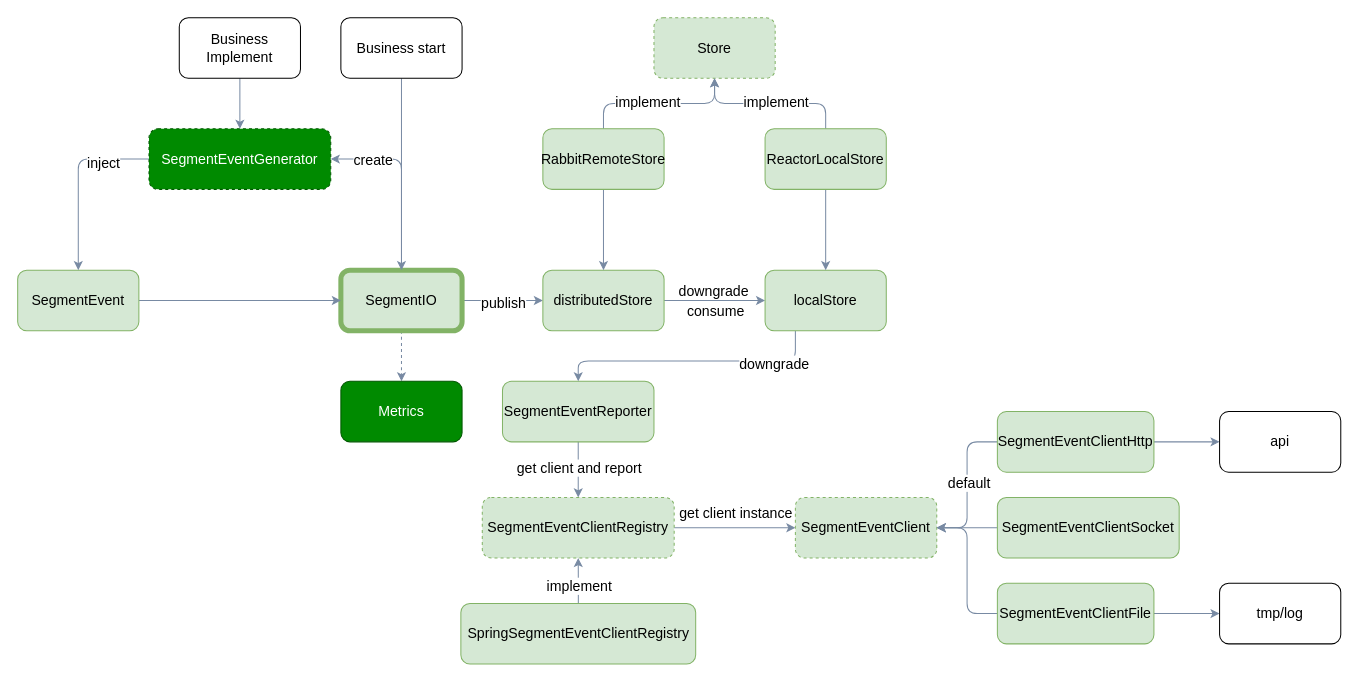
sheldon-pacvue/segmenet-event keeps this draw.io diagram as assets/SegmentEvent-V2.drawio. Above is the earlier version. Source tidied: cells renumbered, new cells numbered last; positions are measured from the earlier drawing's top-left corner, leaving out a move shared by most shapes. Both pictures are drawn from the tidied source at 101%, with x=0, y=0 at pixel (17, 17).
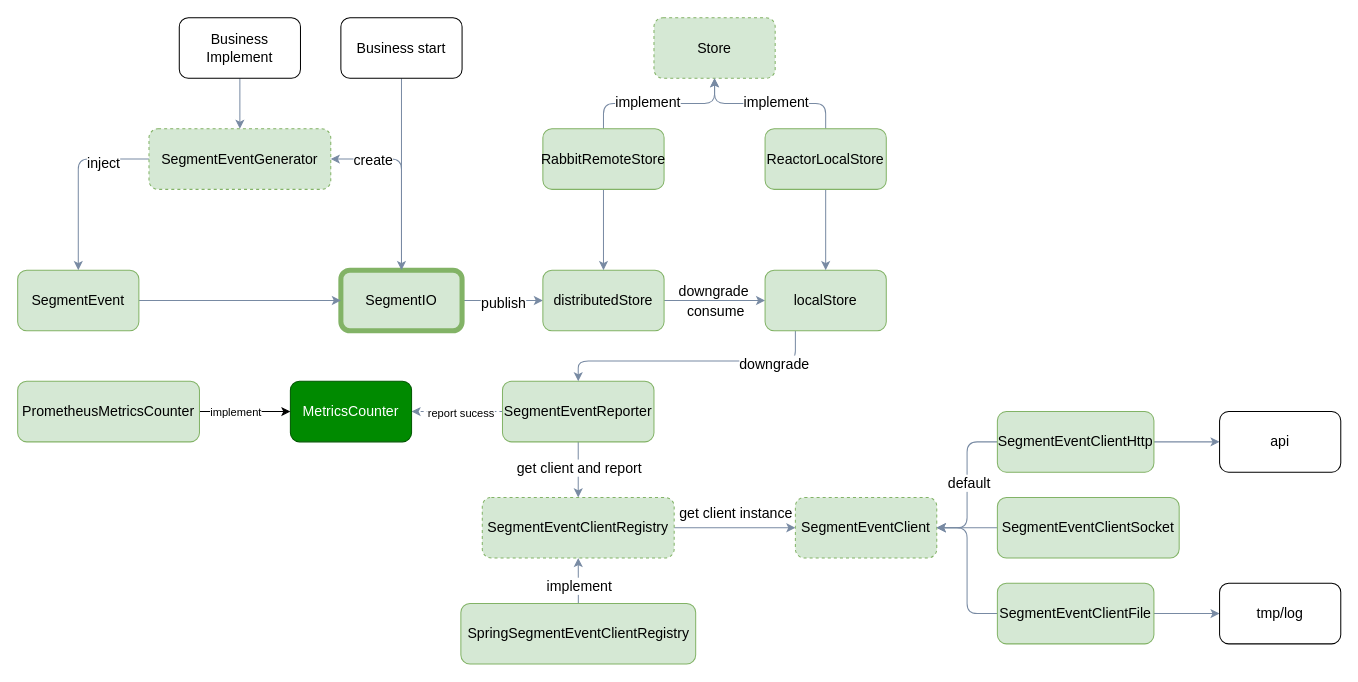
The same page after the edit.

Unchanged cells that the change refers to:
```xml
<mxCell id="7" value="SegmentIO" style="rounded=1;whiteSpace=wrap;html=1;labelBackgroundColor=none;strokeWidth=5;fillColor=#d5e8d4;strokeColor=#82b366;fontSize=14;" parent="1" vertex="1">
  <mxGeometry x="320" y="250" width="120" height="60" as="geometry" />
</mxCell>
<mxCell id="23" value="SegmentEventReporter" style="rounded=1;whiteSpace=wrap;html=1;strokeColor=#82b366;fillColor=#d5e8d4;labelBackgroundColor=none;fontSize=14;" parent="1" vertex="1">
  <mxGeometry x="480" y="360" width="150" height="60" as="geometry" />
</mxCell>
```

The edit, as a diff of the source:
```diff
@@
-    <mxCell id="6" style="edgeStyle=orthogonalEdgeStyle;rounded=1;jettySize=auto;html=1;strokeColor=#788AA3;fontColor=#000000;fillColor=#B2C9AB;dashed=1;labelBackgroundColor=none;fontSize=14;" parent="1" edge="1" source="7" target="39">
+    <mxCell id="6" style="edgeStyle=orthogonalEdgeStyle;rounded=1;jettySize=auto;html=1;strokeColor=#788AA3;fontColor=#000000;fillColor=#B2C9AB;dashed=1;labelBackgroundColor=none;fontSize=14;exitX=0;exitY=0.5;exitDx=0;exitDy=0;" parent="1" edge="1" source="23" target="39">
       <mxGeometry relative="1" as="geometry" />
     </mxCell>
+    <mxCell id="55" value="report sucess" style="edgeLabel;html=1;align=center;verticalAlign=middle;" parent="6" vertex="1">
+      <mxGeometry x="-0.06" y="1" relative="1" as="geometry" />
+    </mxCell>
@@
-    <mxCell id="12" value="SegmentEventGenerator" style="rounded=1;whiteSpace=wrap;html=1;strokeColor=#005700;fillColor=#008a00;dashed=1;labelBackgroundColor=none;fontSize=14;fontColor=#ffffff;" parent="1" vertex="1">
+    <mxCell id="12" value="SegmentEventGenerator" style="rounded=1;whiteSpace=wrap;html=1;strokeColor=#82b366;fillColor=#d5e8d4;dashed=1;labelBackgroundColor=none;fontSize=14;" parent="1" vertex="1">
       <mxGeometry x="130" y="110" width="180" height="60" as="geometry" />
     </mxCell>
@@
-    <mxCell id="39" value="Metrics" style="rounded=1;whiteSpace=wrap;html=1;strokeColor=#005700;fontColor=#ffffff;fillColor=#008a00;labelBackgroundColor=none;fontSize=14;" parent="1" vertex="1">
-      <mxGeometry x="320" y="360" width="120" height="60" as="geometry" />
+    <mxCell id="39" value="MetricsCounter" style="rounded=1;whiteSpace=wrap;html=1;strokeColor=#005700;fontColor=#ffffff;fillColor=#008a00;labelBackgroundColor=none;fontSize=14;" parent="1" vertex="1">
+      <mxGeometry x="270" y="360" width="120" height="60" as="geometry" />
     </mxCell>
@@
+    <mxCell id="56" style="edgeStyle=orthogonalEdgeStyle;rounded=0;jettySize=auto;html=1;exitX=1;exitY=0.5;exitDx=0;exitDy=0;" parent="1" edge="1" source="58" target="39">
+      <mxGeometry relative="1" as="geometry" />
+    </mxCell>
+    <mxCell id="57" value="implement" style="edgeLabel;html=1;align=center;verticalAlign=middle;" parent="56" vertex="1">
+      <mxGeometry x="0.02" y="1" relative="1" as="geometry">
+        <mxPoint x="-11" y="1" as="offset" />
+      </mxGeometry>
+    </mxCell>
+    <mxCell id="58" value="PrometheusMetricsCounter" style="rounded=1;whiteSpace=wrap;html=1;strokeColor=#82b366;fillColor=#d5e8d4;labelBackgroundColor=none;fontSize=14;" parent="1" vertex="1">
+      <mxGeometry y="360" width="180" height="60" as="geometry" />
+    </mxCell>
```
